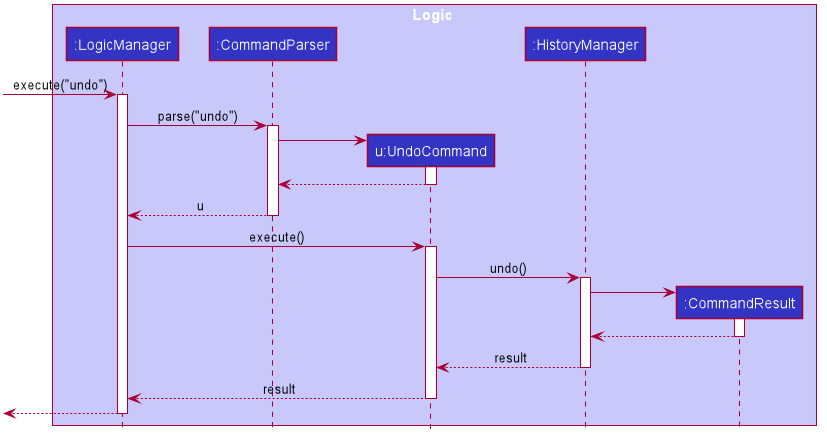
This is docs/images/UndoSequenceDiagram.png from nus-cs2103-AY2021S1/tp, a PlantUML export, as it was before one commit.
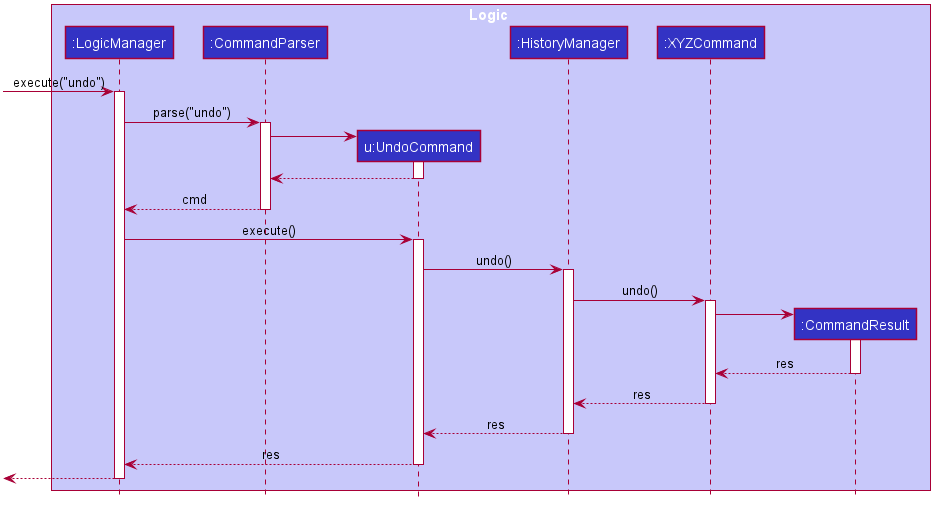
After the change.

The edit, as a diff of the source:
```diff
@@ -55,6 +55,7 @@
 participant ":CommandParser" as CommandParser #3333C4
 participant "u:UndoCommand" as UndoCommand #3333C4
 participant ":HistoryManager" as HistoryManager #3333C4
+participant ":XYZCommand" as XYZCommand #3333C4
 participant ":CommandResult" as CommandResult #3333C4
 end box
 
@@ -71,7 +72,7 @@
 UndoCommand --> CommandParser
 deactivate UndoCommand
 
-CommandParser --> LogicManager : u
+CommandParser --> LogicManager : cmd
 deactivate CommandParser
 
 LogicManager -> UndoCommand : execute()
@@ -80,17 +81,23 @@
 UndoCommand -> HistoryManager : undo()
 activate HistoryManager
 
+HistoryManager -> XYZCommand : undo()
+activate XYZCommand
+
 create CommandResult
-HistoryManager -> CommandResult
+XYZCommand -> CommandResult
 activate CommandResult
 
-CommandResult --> HistoryManager
+CommandResult --> XYZCommand : res
 deactivate CommandResult
 
-HistoryManager --> UndoCommand : result
+XYZCommand --> HistoryManager: res
+deactivate XYZCommand
+
+HistoryManager --> UndoCommand : res
 deactivate HistoryManager
 
-UndoCommand --> LogicManager : result
+UndoCommand --> LogicManager : res
 deactivate UndoCommand
 
 [<--LogicManager
```
